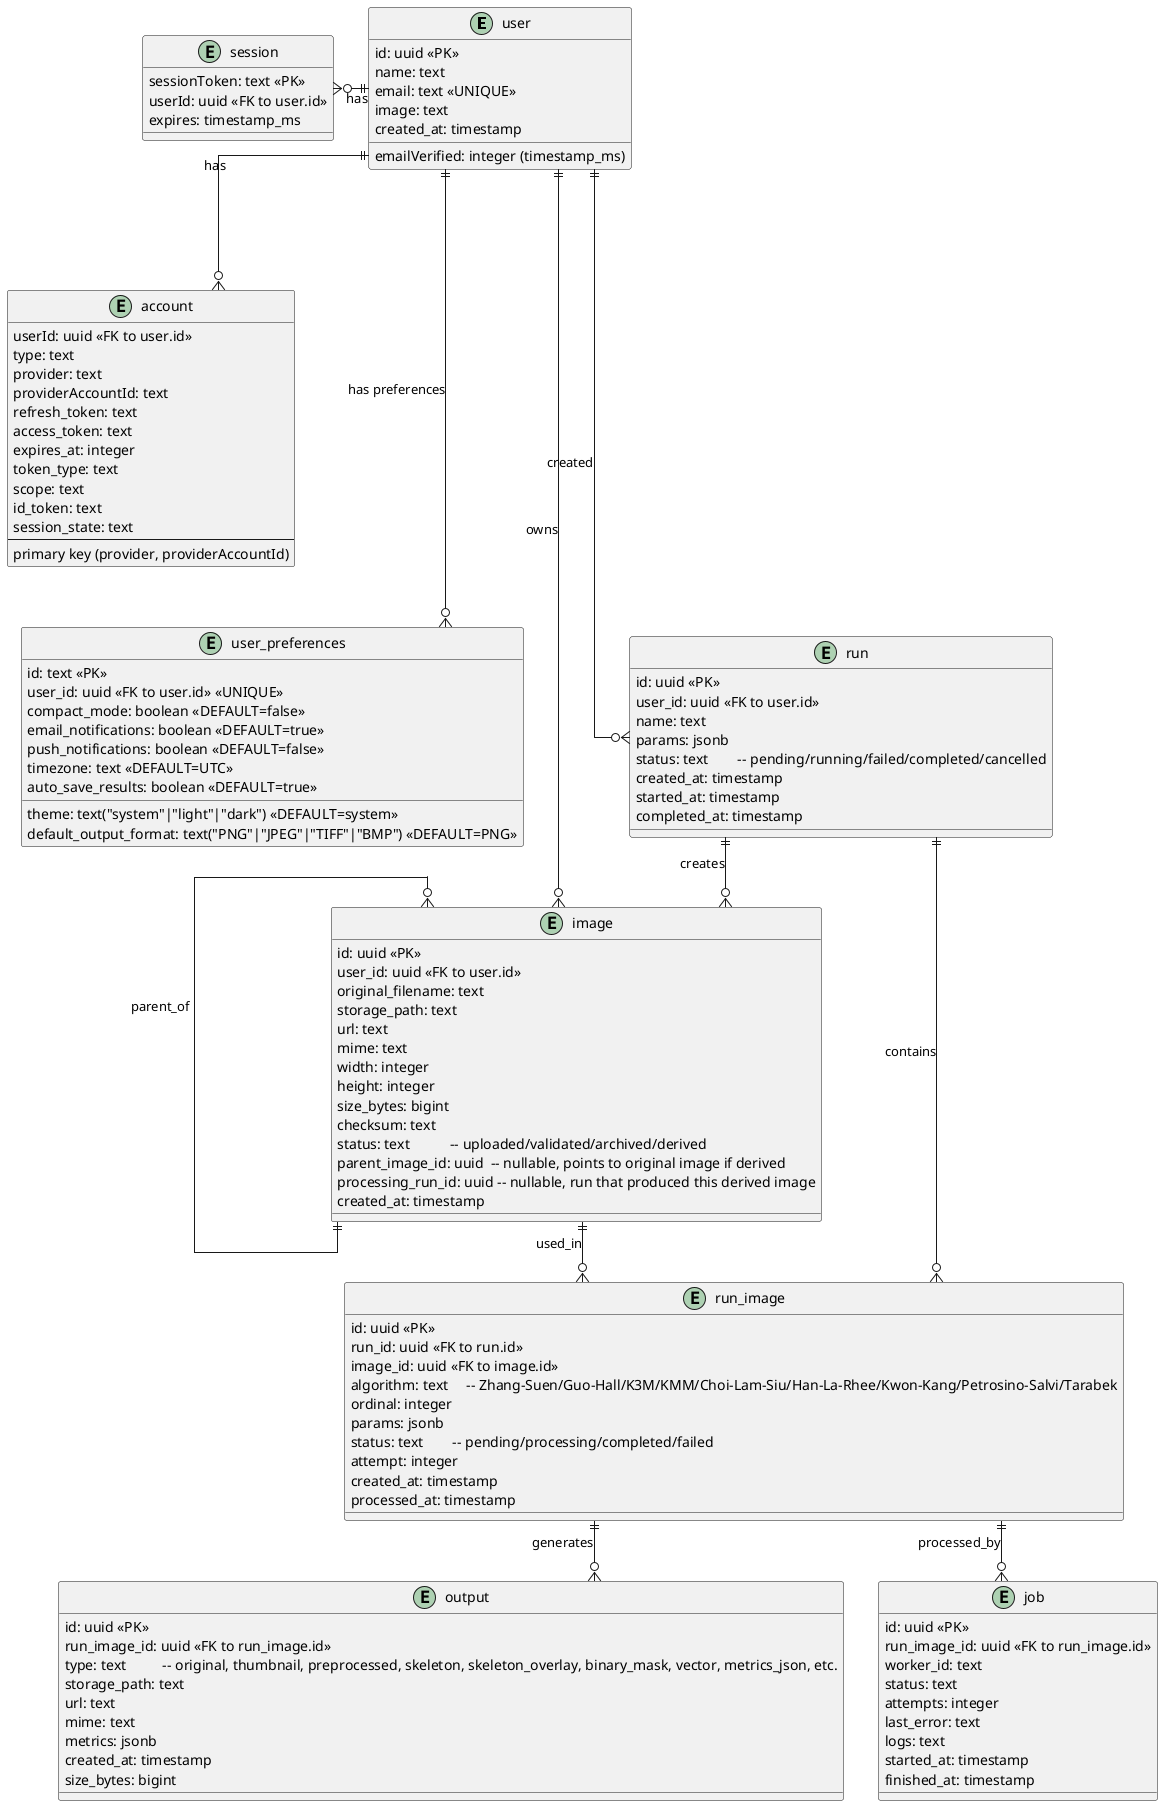
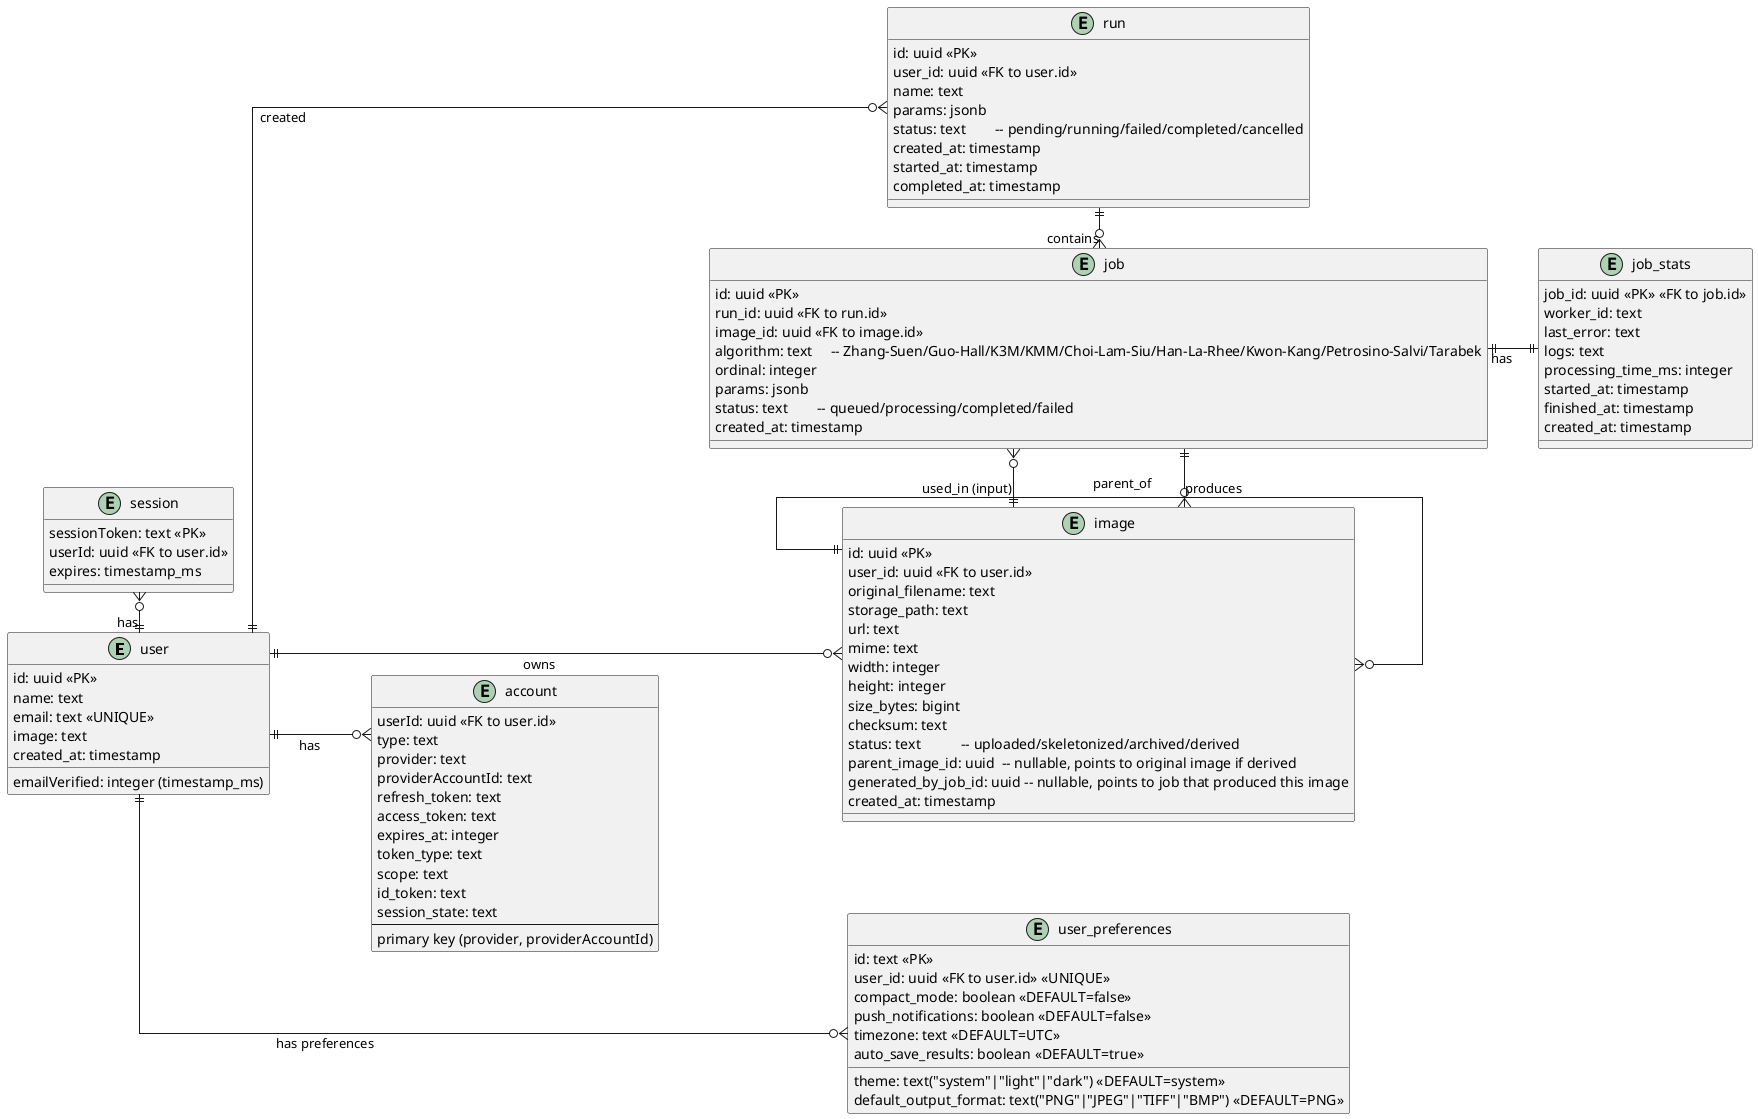
@startuml
+ left to right direction
skinparam linetype ortho
+ 
+ skinparam nodesep 40
+ skinparam ranksep 50

entity user {
  id: uuid <<PK>>
  name: text
  email: text <<UNIQUE>>
  emailVerified: integer (timestamp_ms)
  image: text
  created_at: timestamp
}

entity account {
  userId: uuid <<FK to user.id>>
  type: text
  provider: text
  providerAccountId: text
  refresh_token: text
  access_token: text
  expires_at: integer
  token_type: text
  scope: text
  id_token: text
  session_state: text
  --
  primary key (provider, providerAccountId)
}

entity session {
  sessionToken: text <<PK>>
  userId: uuid <<FK to user.id>>
  expires: timestamp_ms
}

entity user_preferences {
  id: text <<PK>>
  user_id: uuid <<FK to user.id>> <<UNIQUE>>
  theme: text("system"|"light"|"dark") <<DEFAULT=system>>
  compact_mode: boolean <<DEFAULT=false>>
-   email_notifications: boolean <<DEFAULT=true>>
  push_notifications: boolean <<DEFAULT=false>>
  timezone: text <<DEFAULT=UTC>>
  auto_save_results: boolean <<DEFAULT=true>>
  default_output_format: text("PNG"|"JPEG"|"TIFF"|"BMP") <<DEFAULT=PNG>>
}

entity image {
  id: uuid <<PK>>
  user_id: uuid <<FK to user.id>>
  original_filename: text
  storage_path: text
  url: text
  mime: text
  width: integer
  height: integer
  size_bytes: bigint
  checksum: text
-   status: text           -- uploaded/validated/archived/derived
+   status: text           -- uploaded/skeletonized/archived/derived
  parent_image_id: uuid  -- nullable, points to original image if derived
-   processing_run_id: uuid -- nullable, run that produced this derived image
+   generated_by_job_id: uuid -- nullable, points to job that produced this image
  created_at: timestamp
}

entity run {
  id: uuid <<PK>>
  user_id: uuid <<FK to user.id>>
  name: text
  params: jsonb
  status: text        -- pending/running/failed/completed/cancelled
  created_at: timestamp
  started_at: timestamp
  completed_at: timestamp
}

- entity run_image {
+ entity job {
  id: uuid <<PK>>
  run_id: uuid <<FK to run.id>>
  image_id: uuid <<FK to image.id>>
  algorithm: text     -- Zhang-Suen/Guo-Hall/K3M/KMM/Choi-Lam-Siu/Han-La-Rhee/Kwon-Kang/Petrosino-Salvi/Tarabek
  ordinal: integer
  params: jsonb
-   status: text        -- pending/processing/completed/failed
-   attempt: integer
+   status: text        -- queued/processing/completed/failed
  created_at: timestamp
-   processed_at: timestamp
}

- entity output {
-   id: uuid <<PK>>
-   run_image_id: uuid <<FK to run_image.id>>
-   type: text          -- original, thumbnail, preprocessed, skeleton, skeleton_overlay, binary_mask, vector, metrics_json, etc.
-   storage_path: text
-   url: text
-   mime: text
-   metrics: jsonb
-   created_at: timestamp
-   size_bytes: bigint
- }
- 
- entity job {
-   id: uuid <<PK>>
-   run_image_id: uuid <<FK to run_image.id>>
+ entity job_stats {
+   job_id: uuid <<PK>> <<FK to job.id>>
  worker_id: text
-   status: text
-   attempts: integer
  last_error: text
  logs: text
+   processing_time_ms: integer
  started_at: timestamp
  finished_at: timestamp
+   created_at: timestamp
}

' Relationships
user ||-left-o{ session : has
user ||-down--o{ account : has
user ||--down--o{ user_preferences : has preferences
user ||--down--o{ image : owns
user ||--down--o{ run : created
- run ||--o{ run_image : contains
- image ||--o{ run_image : used_in
- run_image ||--o{ output : generates
- run_image ||--o{ job : processed_by
+ run ||--right--o{ job : contains
+ image ||--down--o{ job : used_in (input)
+ job ||--right--o{ image : produces
+ job ||--|| job_stats : has
+ image }o-left-|| image : parent_of

- ' New relationships for provenance
- image }o--|| image : parent_of
- run ||--o{ image : creates

@enduml
